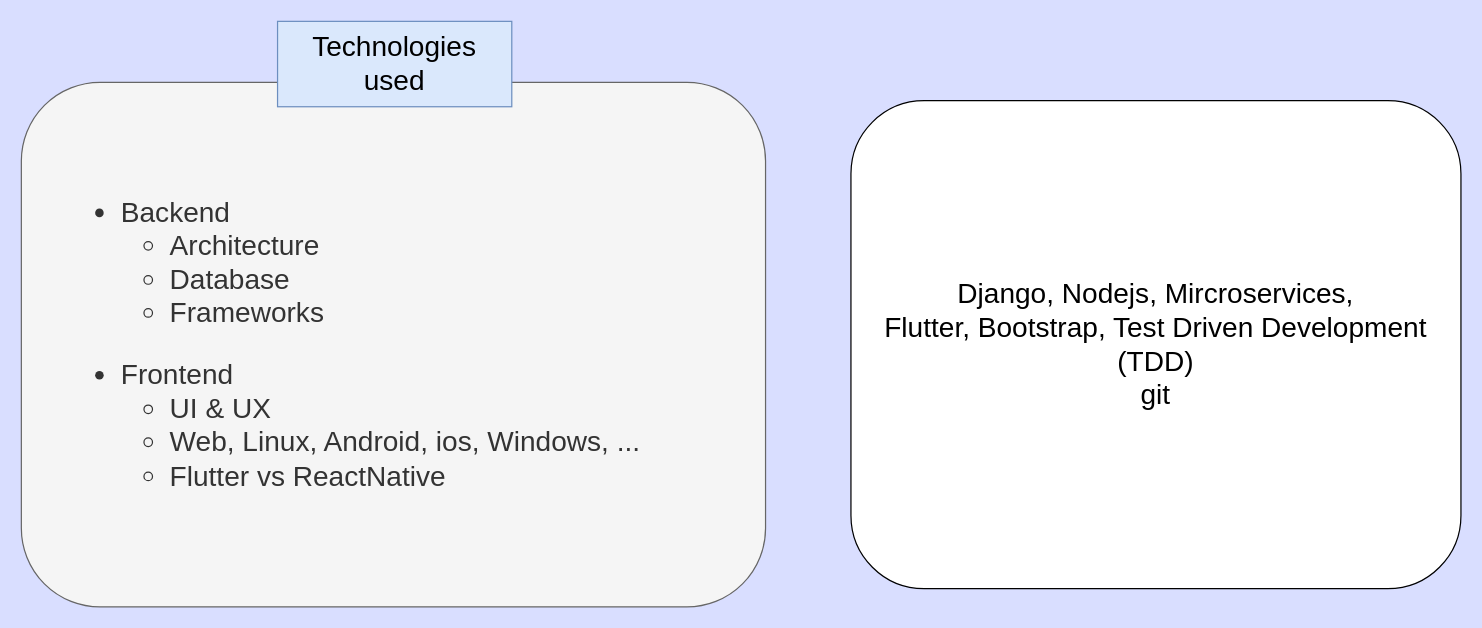
raminux/diagrams keeps this draw.io diagram as page "Technologies" (5 of 7) of Session 1.drawio. Above is the earlier version. Source tidied: cells renumbered, new cells numbered last; positions are measured from the earlier drawing's top-left corner, leaving out a move shared by most shapes. Both pictures are drawn from the tidied source at 122%, with x=0, y=0 at pixel (21, 21).
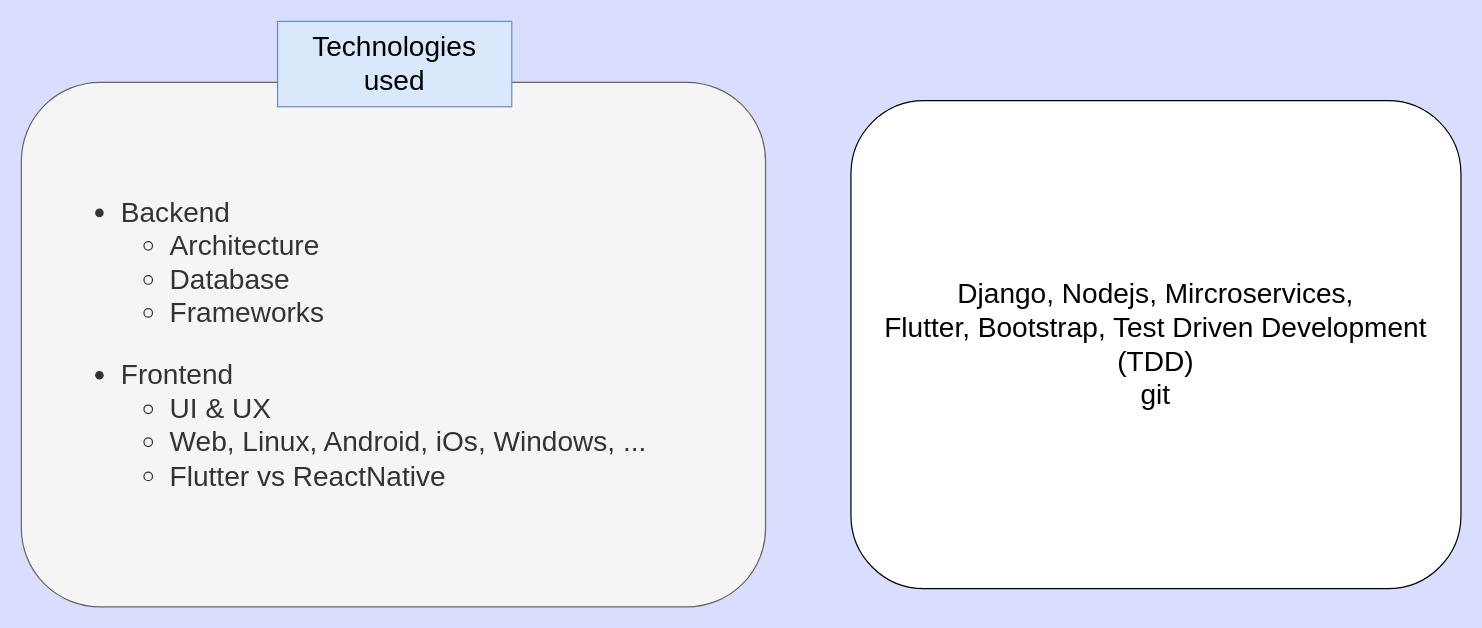
Above is the later version.

The edit, as a diff of the source:
```diff
@@
 <mxGraphModel background="#D9DEFF">
   <root>
     <mxCell id="0" />
     <mxCell id="1" parent="0" />
-    <mxCell id="2" value="&lt;div&gt;&lt;/div&gt;&lt;blockquote style=&quot;margin: 0 0 0 40px; border: none; padding: 0px;&quot;&gt;&lt;ul&gt;&lt;li&gt;&lt;span style=&quot;background-color: initial;&quot;&gt;Backend&lt;/span&gt;&lt;/li&gt;&lt;ul&gt;&lt;li&gt;Architecture&lt;/li&gt;&lt;li&gt;Database&lt;/li&gt;&lt;li&gt;Frameworks&amp;nbsp;&lt;/li&gt;&lt;/ul&gt;&lt;/ul&gt;&lt;/blockquote&gt;&lt;blockquote style=&quot;margin: 0 0 0 40px; border: none; padding: 0px;&quot;&gt;&lt;ul&gt;&lt;li&gt;&lt;span style=&quot;background-color: initial;&quot;&gt;Frontend&lt;/span&gt;&lt;/li&gt;&lt;ul&gt;&lt;li&gt;UI &amp;amp; UX&lt;/li&gt;&lt;li&gt;Web, Linux, Android, ios, Windows, ...&lt;/li&gt;&lt;li&gt;Flutter vs ReactNative&lt;/li&gt;&lt;/ul&gt;&lt;/ul&gt;&lt;/blockquote&gt;" style="rounded=1;whiteSpace=wrap;html=1;fontSize=23;align=left;fillColor=#f5f5f5;fontColor=#333333;strokeColor=#666666;" parent="1" vertex="1">
+    <mxCell id="2" value="&lt;div&gt;&lt;/div&gt;&lt;blockquote style=&quot;margin: 0 0 0 40px; border: none; padding: 0px;&quot;&gt;&lt;ul&gt;&lt;li&gt;&lt;span style=&quot;background-color: initial;&quot;&gt;Backend&lt;/span&gt;&lt;/li&gt;&lt;ul&gt;&lt;li&gt;Architecture&lt;/li&gt;&lt;li&gt;Database&lt;/li&gt;&lt;li&gt;Frameworks&amp;nbsp;&lt;/li&gt;&lt;/ul&gt;&lt;/ul&gt;&lt;/blockquote&gt;&lt;blockquote style=&quot;margin: 0 0 0 40px; border: none; padding: 0px;&quot;&gt;&lt;ul&gt;&lt;li&gt;&lt;span style=&quot;background-color: initial;&quot;&gt;Frontend&lt;/span&gt;&lt;/li&gt;&lt;ul&gt;&lt;li&gt;UI &amp;amp; UX&lt;/li&gt;&lt;li&gt;Web, Linux, Android, iOs, Windows, ...&lt;/li&gt;&lt;li&gt;Flutter vs ReactNative&lt;/li&gt;&lt;/ul&gt;&lt;/ul&gt;&lt;/blockquote&gt;" style="rounded=1;whiteSpace=wrap;html=1;fontSize=23;align=left;fillColor=#f5f5f5;fontColor=#333333;strokeColor=#666666;" parent="1" vertex="1">
       <mxGeometry y="50" width="610" height="430" as="geometry" />
     </mxCell>
     <mxCell id="3" value="Technologies used" style="rounded=0;whiteSpace=wrap;html=1;fontSize=23;fillColor=#dae8fc;strokeColor=#6c8ebf;gradientColor=none;glass=0;sketch=0;shadow=0;" parent="1" vertex="1">
       <mxGeometry x="210" width="192" height="70" as="geometry" />
     </mxCell>
     <mxCell id="4" value="Django, Nodejs, Mircroservices,&lt;br&gt;Flutter, Bootstrap, Test Driven Development (TDD)&lt;br&gt;git" style="rounded=1;whiteSpace=wrap;html=1;shadow=0;glass=0;sketch=0;fontSize=23;gradientColor=none;" parent="1" vertex="1">
       <mxGeometry x="680" y="65" width="500" height="400" as="geometry" />
     </mxCell>
   </root>
 </mxGraphModel>
```
